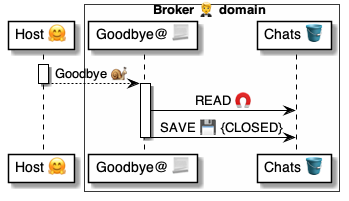
Before: 4 ⚙️ Solution/20 🧑‍🦰 UI/Brokers 🤵/🤵🅰️ Broker methods/Chats 💬 Goodbye 🤗🐌🤵/🤵 Goodbye ⚙️ uml.png, a diagram exported from PlantUML (pollyweb-org/pollyweb-docs). Its source is kept beside it as 4 ⚙️ Solution/20 🧑‍🦰 UI/Brokers 🤵/🤵🅰️ Broker methods/Chats 💬 Goodbye 🤗🐌🤵/🤵 Goodbye ⚙️ uml.puml.
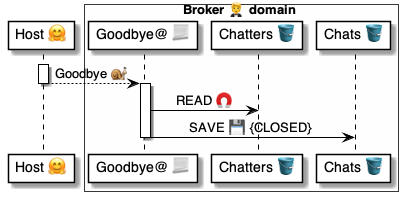
After the change.

What changed in the source:
```diff
@@ -4,6 +4,7 @@
 
 box Broker 🤵 domain #FFFFFA
     participant "Goodbye@ 📃" as broker
+    participant "Chatters 🪣" as chatters
     participant "Chats 🪣" as chats
 end box
 
@@ -13,7 +14,7 @@
 deactivate host
 
 activate broker
-    broker -> chats: READ 🧲
+    broker -> chatters: READ 🧲
     broker -> chats: SAVE 💾 {CLOSED}
 deactivate broker
 
```
